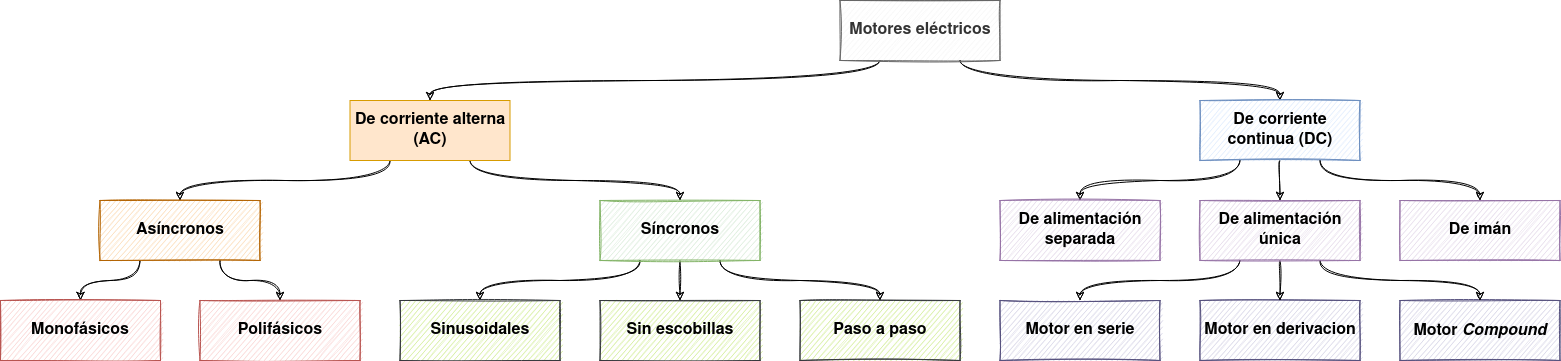
Before: img/t4/Clasificación de motores eléctricos.png, a diagram exported from draw.io (laracabrera/robotica). Source tidied: cells renumbered, new cells last; positions are measured from the earlier drawing's top-left corner, leaving out a move shared by most shapes.
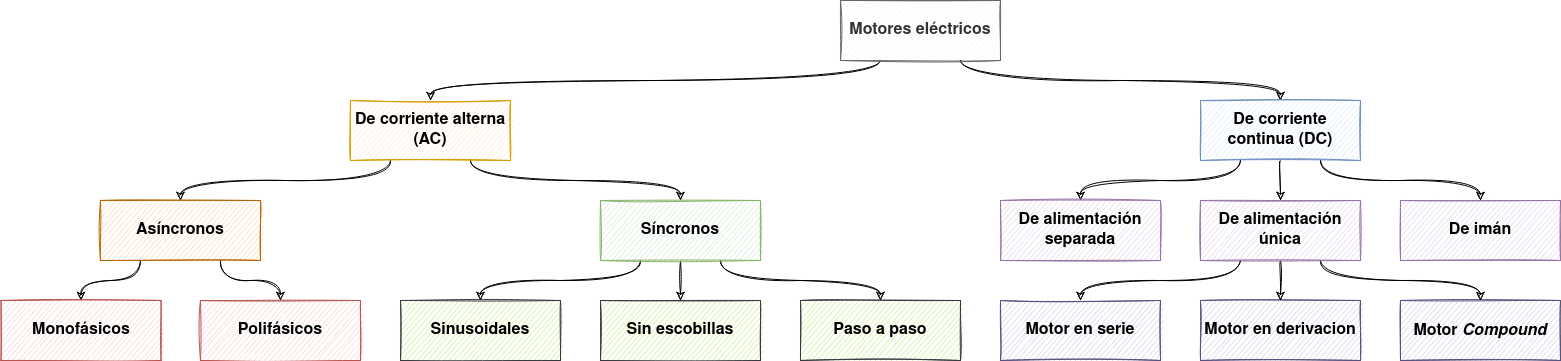
Later version of the same file.

Change to the diagram source:
```diff
@@ -29,7 +29,7 @@
     <mxCell id="10" style="edgeStyle=orthogonalEdgeStyle;curved=1;rounded=0;sketch=1;jettySize=auto;html=1;exitX=0.75;exitY=1;exitDx=0;exitDy=0;fontSize=16;" parent="1" edge="1" source="11" target="18">
       <mxGeometry relative="1" as="geometry" />
     </mxCell>
-    <mxCell id="11" value="De corriente alterna (AC)" style="rounded=0;whiteSpace=wrap;html=1;fillColor=#ffe6cc;strokeColor=#d79b00;fontSize=16;fontStyle=1;" parent="1" vertex="1">
+    <mxCell id="11" value="De corriente alterna (AC)" style="rounded=0;whiteSpace=wrap;html=1;fillColor=#ffe6cc;strokeColor=#d79b00;fontSize=16;fontStyle=1;sketch=1;" parent="1" vertex="1">
       <mxGeometry x="350" y="100" width="160" height="60" as="geometry" />
     </mxCell>
     <mxCell id="12" style="edgeStyle=orthogonalEdgeStyle;curved=1;rounded=0;sketch=1;jettySize=auto;html=1;exitX=0.25;exitY=1;exitDx=0;exitDy=0;fontSize=16;" parent="1" edge="1" source="14" target="20">
```
